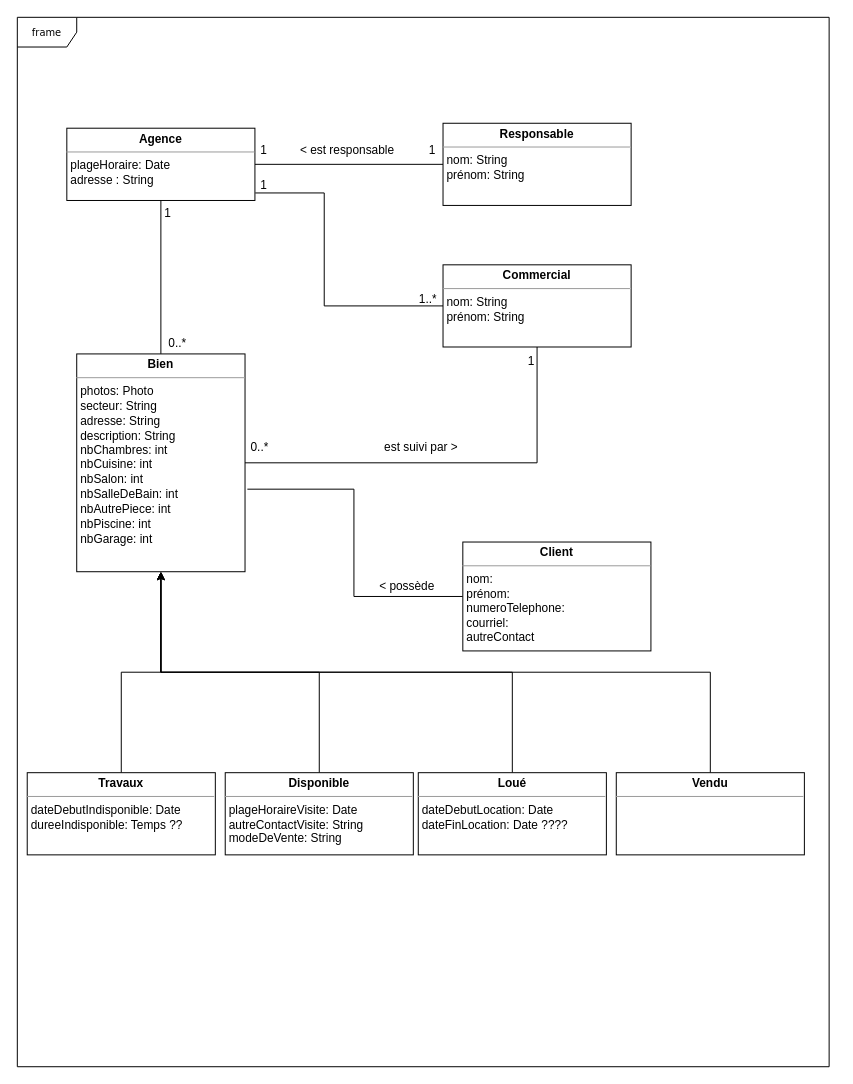
thibault0712/SAE-1.03 keeps this draw.io diagram as Diagramme sans nom.drawio. Above is the earlier version. Source tidied: cells renumbered, new cells numbered last; positions are measured from the earlier drawing's top-left corner, leaving out a move shared by most shapes. Both pictures are drawn from the tidied source at 99%, with x=0, y=0 at pixel (17, 17).
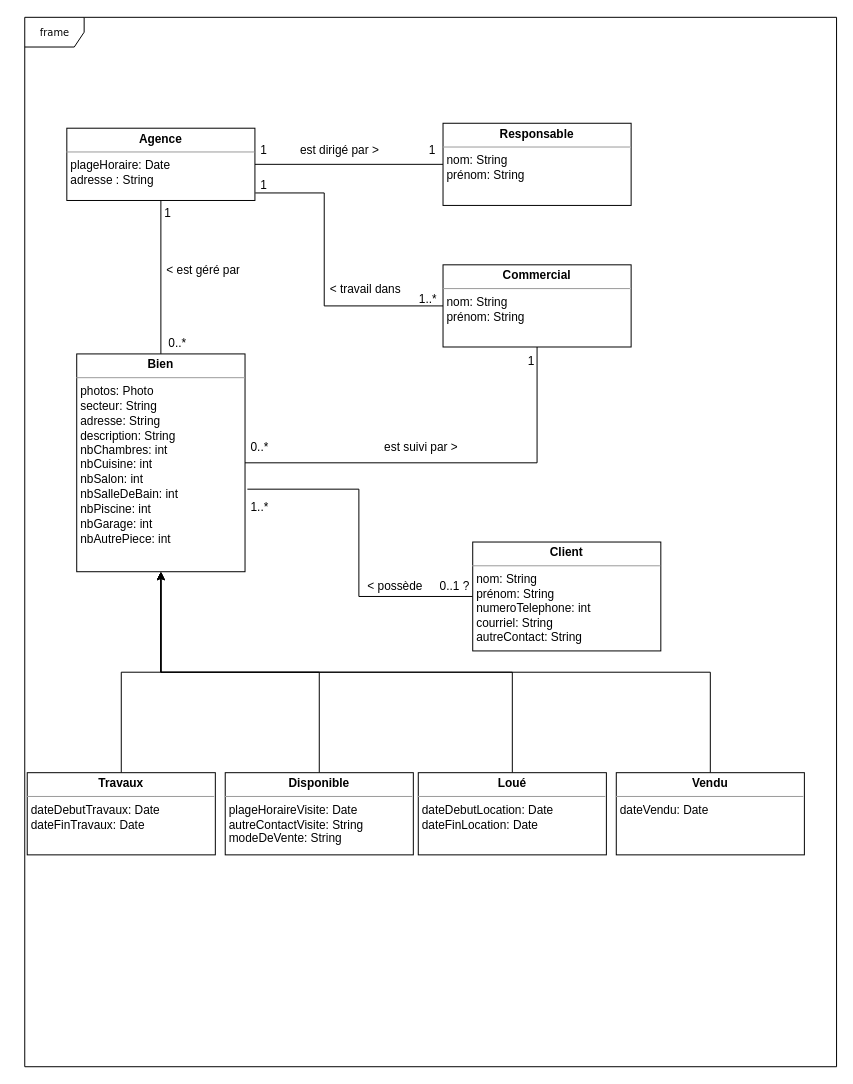
Above is the later version.

Commit message:
Mettre à jour Diagramme sans nom.drawio

The edit, as a diff of the source:
```diff
@@
     <mxCell id="2" value="frame" style="shape=umlFrame;whiteSpace=wrap;html=1;rounded=0;shadow=0;comic=0;labelBackgroundColor=none;strokeWidth=1;fontFamily=Verdana;fontSize=10;align=center;" parent="1" vertex="1">
-      <mxGeometry width="820" height="1060" as="geometry" />
+      <mxGeometry x="7.5" width="820" height="1060" as="geometry" />
     </mxCell>
@@
-    <mxCell id="8" value="&lt;p style=&quot;margin:0px;margin-top:4px;text-align:center;&quot;&gt;&lt;b&gt;Commercial&lt;/b&gt;&lt;/p&gt;&lt;hr size=&quot;1&quot;&gt;&lt;p style=&quot;margin:0px;margin-left:4px;&quot;&gt;nom: String&lt;br&gt;&lt;/p&gt;&lt;p style=&quot;margin:0px;margin-left:4px;&quot;&gt;prénom: String&lt;/p&gt;&lt;p style=&quot;margin:0px;margin-left:4px;&quot;&gt;&lt;br&gt;&lt;/p&gt;&lt;p style=&quot;margin:0px;margin-left:4px;&quot;&gt;&lt;br&gt;&lt;/p&gt;" style="verticalAlign=top;align=left;overflow=fill;fontSize=12;fontFamily=Helvetica;html=1;rounded=0;shadow=0;comic=0;labelBackgroundColor=none;strokeWidth=1;" parent="1" vertex="1">
+    <mxCell id="8" value="&lt;p style=&quot;margin:0px;margin-top:4px;text-align:center;&quot;&gt;&lt;b&gt;Commercial&lt;/b&gt;&lt;/p&gt;&lt;hr size=&quot;1&quot;&gt;&lt;p style=&quot;margin:0px;margin-left:4px;&quot;&gt;nom: String&lt;br&gt;&lt;/p&gt;&lt;p style=&quot;margin:0px;margin-left:4px;&quot;&gt;prénom: String&lt;/p&gt;&lt;p style=&quot;margin:0px;margin-left:4px;&quot;&gt;&lt;br&gt;&lt;/p&gt;&lt;p style=&quot;margin:0px;margin-left:4px;&quot;&gt;&lt;br&gt;&lt;/p&gt;" style="verticalAlign=top;align=left;overflow=fill;fontSize=12;fontFamily=Helvetica;html=1;rounded=0;shadow=0;comic=0;labelBackgroundColor=none;strokeWidth=1;direction=east;" parent="1" vertex="1">
       <mxGeometry x="430" y="250" width="190" height="83" as="geometry" />
     </mxCell>
@@
-    <mxCell id="10" value="&lt;p style=&quot;margin:0px;margin-top:4px;text-align:center;&quot;&gt;&lt;b&gt;Bien&lt;/b&gt;&lt;/p&gt;&lt;hr size=&quot;1&quot;&gt;&lt;p style=&quot;margin:0px;margin-left:4px;&quot;&gt;&lt;span style=&quot;background-color: initial;&quot;&gt;photos: Photo&lt;/span&gt;&lt;/p&gt;&lt;p style=&quot;margin:0px;margin-left:4px;&quot;&gt;&lt;span style=&quot;line-height: 116%;&quot;&gt;&lt;font style=&quot;font-size: 12px;&quot;&gt;secteur: String&lt;br&gt;adresse: String&lt;/font&gt;&lt;/span&gt;&lt;/p&gt;&lt;p style=&quot;margin:0px;margin-left:4px;&quot;&gt;&lt;span style=&quot;line-height: 116%;&quot;&gt;&lt;font style=&quot;font-size: 12px;&quot;&gt;description: String&lt;/font&gt;&lt;/span&gt;&lt;/p&gt;&lt;p style=&quot;margin:0px;margin-left:4px;&quot;&gt;&lt;span style=&quot;line-height: 116%;&quot;&gt;&lt;font style=&quot;font-size: 12px;&quot;&gt;nbChambres: int&lt;/font&gt;&lt;/span&gt;&lt;/p&gt;&lt;p style=&quot;margin:0px;margin-left:4px;&quot;&gt;&lt;span style=&quot;line-height: 116%;&quot;&gt;&lt;font style=&quot;font-size: 12px;&quot;&gt;nbCuisine: int&lt;/font&gt;&lt;/span&gt;&lt;/p&gt;&lt;p style=&quot;margin:0px;margin-left:4px;&quot;&gt;&lt;span style=&quot;line-height: 116%;&quot;&gt;&lt;font style=&quot;font-size: 12px;&quot;&gt;nbSalon: int&amp;nbsp;&lt;/font&gt;&lt;/span&gt;&lt;/p&gt;&lt;p style=&quot;margin:0px;margin-left:4px;&quot;&gt;&lt;font style=&quot;font-size: 12px;&quot;&gt;&lt;span style=&quot;line-height: 116%;&quot;&gt;nbSalleDeBain: int&amp;nbsp;&lt;/span&gt;&lt;/font&gt;&lt;/p&gt;&lt;p style=&quot;margin:0px;margin-left:4px;&quot;&gt;&lt;font style=&quot;font-size: 12px;&quot;&gt;&lt;span style=&quot;line-height: 116%;&quot;&gt;nbAutrePiece: int&lt;/span&gt;&lt;/font&gt;&lt;/p&gt;&lt;p style=&quot;margin:0px;margin-left:4px;&quot;&gt;&lt;font style=&quot;font-size: 12px;&quot;&gt;&lt;span style=&quot;line-height: 116%;&quot;&gt;nbPiscine: int&lt;/span&gt;&lt;/font&gt;&lt;/p&gt;&lt;p style=&quot;margin:0px;margin-left:4px;&quot;&gt;&lt;font style=&quot;font-size: 12px;&quot;&gt;&lt;span style=&quot;line-height: 116%;&quot;&gt;nbGarage: int&lt;/span&gt;&lt;/font&gt;&lt;/p&gt;" style="verticalAlign=top;align=left;overflow=fill;fontSize=12;fontFamily=Helvetica;html=1;rounded=0;shadow=0;comic=0;labelBackgroundColor=none;strokeWidth=1;" parent="1" vertex="1">
+    <mxCell id="10" value="&lt;p style=&quot;margin:0px;margin-top:4px;text-align:center;&quot;&gt;&lt;b&gt;Bien&lt;/b&gt;&lt;/p&gt;&lt;hr size=&quot;1&quot;&gt;&lt;p style=&quot;margin:0px;margin-left:4px;&quot;&gt;&lt;span style=&quot;background-color: initial;&quot;&gt;photos: Photo&lt;/span&gt;&lt;/p&gt;&lt;p style=&quot;margin:0px;margin-left:4px;&quot;&gt;&lt;span style=&quot;line-height: 116%;&quot;&gt;&lt;font style=&quot;font-size: 12px;&quot;&gt;secteur: String&lt;br&gt;adresse: String&lt;/font&gt;&lt;/span&gt;&lt;/p&gt;&lt;p style=&quot;margin:0px;margin-left:4px;&quot;&gt;&lt;span style=&quot;line-height: 116%;&quot;&gt;&lt;font style=&quot;font-size: 12px;&quot;&gt;description: String&lt;/font&gt;&lt;/span&gt;&lt;/p&gt;&lt;p style=&quot;margin:0px;margin-left:4px;&quot;&gt;&lt;span style=&quot;line-height: 116%;&quot;&gt;&lt;font style=&quot;font-size: 12px;&quot;&gt;nbChambres: int&lt;/font&gt;&lt;/span&gt;&lt;/p&gt;&lt;p style=&quot;margin:0px;margin-left:4px;&quot;&gt;&lt;span style=&quot;line-height: 116%;&quot;&gt;&lt;font style=&quot;font-size: 12px;&quot;&gt;nbCuisine: int&lt;/font&gt;&lt;/span&gt;&lt;/p&gt;&lt;p style=&quot;margin:0px;margin-left:4px;&quot;&gt;&lt;span style=&quot;line-height: 116%;&quot;&gt;&lt;font style=&quot;font-size: 12px;&quot;&gt;nbSalon: int&amp;nbsp;&lt;/font&gt;&lt;/span&gt;&lt;/p&gt;&lt;p style=&quot;margin:0px;margin-left:4px;&quot;&gt;&lt;font style=&quot;font-size: 12px;&quot;&gt;&lt;span style=&quot;line-height: 116%;&quot;&gt;nbSalleDeBain: int&amp;nbsp;&lt;/span&gt;&lt;/font&gt;&lt;/p&gt;&lt;p style=&quot;margin:0px;margin-left:4px;&quot;&gt;&lt;span style=&quot;background-color: initial;&quot;&gt;nbPiscine: int&lt;/span&gt;&lt;br&gt;&lt;/p&gt;&lt;p style=&quot;margin:0px;margin-left:4px;&quot;&gt;&lt;font style=&quot;font-size: 12px;&quot;&gt;&lt;span style=&quot;line-height: 116%;&quot;&gt;nbGarage: int&lt;/span&gt;&lt;/font&gt;&lt;/p&gt;&lt;p style=&quot;margin:0px;margin-left:4px;&quot;&gt;&lt;font style=&quot;font-size: 12px;&quot;&gt;&lt;span style=&quot;line-height: 116%;&quot;&gt;&lt;/span&gt;&lt;/font&gt;&lt;/p&gt;&lt;p style=&quot;margin: 0px 0px 0px 4px;&quot;&gt;&lt;span style=&quot;line-height: 13.92px;&quot;&gt;nbAutrePiece: int&lt;/span&gt;&lt;/p&gt;&lt;div&gt;&lt;span style=&quot;line-height: 13.92px;&quot;&gt;&lt;br&gt;&lt;/span&gt;&lt;/div&gt;" style="verticalAlign=top;align=left;overflow=fill;fontSize=12;fontFamily=Helvetica;html=1;rounded=0;shadow=0;comic=0;labelBackgroundColor=none;strokeWidth=1;" parent="1" vertex="1">
       <mxGeometry x="60" y="340" width="170" height="220" as="geometry" />
     </mxCell>
@@
-    <mxCell id="12" value="&lt;p style=&quot;margin:0px;margin-top:4px;text-align:center;&quot;&gt;&lt;b&gt;Client&lt;/b&gt;&lt;/p&gt;&lt;hr size=&quot;1&quot;&gt;&lt;p style=&quot;margin:0px;margin-left:4px;&quot;&gt;nom:&lt;/p&gt;&lt;p style=&quot;margin:0px;margin-left:4px;&quot;&gt;prénom:&lt;/p&gt;&lt;p style=&quot;margin:0px;margin-left:4px;&quot;&gt;numeroTelephone:&lt;/p&gt;&lt;p style=&quot;margin:0px;margin-left:4px;&quot;&gt;courriel:&lt;/p&gt;&lt;p style=&quot;margin:0px;margin-left:4px;&quot;&gt;autreContact&lt;/p&gt;&lt;p style=&quot;margin:0px;margin-left:4px;&quot;&gt;&lt;br&gt;&lt;/p&gt;&lt;p style=&quot;margin:0px;margin-left:4px;&quot;&gt;&lt;br&gt;&lt;/p&gt;" style="verticalAlign=top;align=left;overflow=fill;fontSize=12;fontFamily=Helvetica;html=1;rounded=0;shadow=0;comic=0;labelBackgroundColor=none;strokeWidth=1;" parent="1" vertex="1">
-      <mxGeometry x="450" y="530" width="190" height="110" as="geometry" />
+    <mxCell id="12" value="&lt;p style=&quot;margin:0px;margin-top:4px;text-align:center;&quot;&gt;&lt;b&gt;Client&lt;/b&gt;&lt;/p&gt;&lt;hr size=&quot;1&quot;&gt;&lt;p style=&quot;margin:0px;margin-left:4px;&quot;&gt;nom: String&lt;/p&gt;&lt;p style=&quot;margin:0px;margin-left:4px;&quot;&gt;prénom: String&lt;/p&gt;&lt;p style=&quot;margin:0px;margin-left:4px;&quot;&gt;numeroTelephone: int&lt;/p&gt;&lt;p style=&quot;margin:0px;margin-left:4px;&quot;&gt;courriel: String&lt;/p&gt;&lt;p style=&quot;margin:0px;margin-left:4px;&quot;&gt;autreContact: String&lt;/p&gt;&lt;p style=&quot;margin:0px;margin-left:4px;&quot;&gt;&lt;br&gt;&lt;/p&gt;&lt;p style=&quot;margin:0px;margin-left:4px;&quot;&gt;&lt;br&gt;&lt;/p&gt;" style="verticalAlign=top;align=left;overflow=fill;fontSize=12;fontFamily=Helvetica;html=1;rounded=0;shadow=0;comic=0;labelBackgroundColor=none;strokeWidth=1;" parent="1" vertex="1">
+      <mxGeometry x="460" y="530" width="190" height="110" as="geometry" />
     </mxCell>
@@
-    <mxCell id="16" value="&lt;p style=&quot;margin:0px;margin-top:4px;text-align:center;&quot;&gt;&lt;b&gt;Travaux&lt;/b&gt;&lt;br&gt;&lt;/p&gt;&lt;hr size=&quot;1&quot;&gt;&lt;p style=&quot;margin:0px;margin-left:4px;&quot;&gt;dateDebutIndisponible: Date&lt;/p&gt;&lt;p style=&quot;margin:0px;margin-left:4px;&quot;&gt;dureeIndisponible: Temps ??&lt;/p&gt;&lt;p style=&quot;margin:0px;margin-left:4px;&quot;&gt;&lt;br&gt;&lt;/p&gt;&lt;p style=&quot;margin:0px;margin-left:4px;&quot;&gt;&lt;br&gt;&lt;/p&gt;" style="verticalAlign=top;align=left;overflow=fill;fontSize=12;fontFamily=Helvetica;html=1;rounded=0;shadow=0;comic=0;labelBackgroundColor=none;strokeWidth=1;" parent="1" vertex="1">
+    <mxCell id="16" value="&lt;p style=&quot;margin:0px;margin-top:4px;text-align:center;&quot;&gt;&lt;b&gt;Travaux&lt;/b&gt;&lt;br&gt;&lt;/p&gt;&lt;hr size=&quot;1&quot;&gt;&lt;p style=&quot;margin:0px;margin-left:4px;&quot;&gt;dateDebutTravaux: Date&lt;/p&gt;&lt;p style=&quot;margin:0px;margin-left:4px;&quot;&gt;dateFinTravaux: Date&amp;nbsp;&lt;/p&gt;&lt;p style=&quot;margin:0px;margin-left:4px;&quot;&gt;&lt;br&gt;&lt;/p&gt;" style="verticalAlign=top;align=left;overflow=fill;fontSize=12;fontFamily=Helvetica;html=1;rounded=0;shadow=0;comic=0;labelBackgroundColor=none;strokeWidth=1;" parent="1" vertex="1">
       <mxGeometry x="10" y="763" width="190" height="83" as="geometry" />
     </mxCell>
@@
     <mxCell id="18" value="&amp;lt; possède" style="text;strokeColor=none;fillColor=none;align=left;verticalAlign=middle;spacingLeft=4;spacingRight=4;overflow=hidden;whiteSpace=wrap;html=1;" parent="1" vertex="1">
-      <mxGeometry x="360" y="560" width="80" height="30" as="geometry" />
+      <mxGeometry x="348" y="560" width="80" height="30" as="geometry" />
     </mxCell>
@@
-    <mxCell id="20" value="&lt;p style=&quot;margin:0px;margin-top:4px;text-align:center;&quot;&gt;&lt;b&gt;Vendu&lt;/b&gt;&lt;br&gt;&lt;/p&gt;&lt;hr size=&quot;1&quot;&gt;&lt;p style=&quot;margin:0px;margin-left:4px;&quot;&gt;&lt;br&gt;&lt;/p&gt;&lt;p style=&quot;margin:0px;margin-left:4px;&quot;&gt;&lt;br&gt;&lt;/p&gt;&lt;p style=&quot;margin:0px;margin-left:4px;&quot;&gt;&lt;br&gt;&lt;/p&gt;" style="verticalAlign=top;align=left;overflow=fill;fontSize=12;fontFamily=Helvetica;html=1;rounded=0;shadow=0;comic=0;labelBackgroundColor=none;strokeWidth=1;" parent="1" vertex="1">
+    <mxCell id="20" value="&lt;p style=&quot;margin:0px;margin-top:4px;text-align:center;&quot;&gt;&lt;b&gt;Vendu&lt;/b&gt;&lt;br&gt;&lt;/p&gt;&lt;hr size=&quot;1&quot;&gt;&lt;p style=&quot;margin: 0px 0px 0px 4px;&quot;&gt;dateVendu: Date&lt;/p&gt;&lt;div&gt;&lt;br&gt;&lt;/div&gt;&lt;p style=&quot;margin:0px;margin-left:4px;&quot;&gt;&lt;br&gt;&lt;/p&gt;&lt;p style=&quot;margin:0px;margin-left:4px;&quot;&gt;&lt;br&gt;&lt;/p&gt;" style="verticalAlign=top;align=left;overflow=fill;fontSize=12;fontFamily=Helvetica;html=1;rounded=0;shadow=0;comic=0;labelBackgroundColor=none;strokeWidth=1;" parent="1" vertex="1">
       <mxGeometry x="605" y="763" width="190" height="83" as="geometry" />
     </mxCell>
@@
-    <mxCell id="22" value="&lt;p style=&quot;margin:0px;margin-top:4px;text-align:center;&quot;&gt;&lt;b&gt;Loué&lt;/b&gt;&lt;/p&gt;&lt;hr size=&quot;1&quot;&gt;&lt;p style=&quot;margin:0px;margin-left:4px;&quot;&gt;dateDebutLocation: Date&lt;/p&gt;&lt;p style=&quot;margin:0px;margin-left:4px;&quot;&gt;dateFinLocation: Date ????&lt;/p&gt;&lt;p style=&quot;margin:0px;margin-left:4px;&quot;&gt;&lt;br&gt;&lt;/p&gt;&lt;p style=&quot;margin:0px;margin-left:4px;&quot;&gt;&lt;br&gt;&lt;/p&gt;" style="verticalAlign=top;align=left;overflow=fill;fontSize=12;fontFamily=Helvetica;html=1;rounded=0;shadow=0;comic=0;labelBackgroundColor=none;strokeWidth=1;" parent="1" vertex="1">
+    <mxCell id="22" value="&lt;p style=&quot;margin:0px;margin-top:4px;text-align:center;&quot;&gt;&lt;b&gt;Loué&lt;/b&gt;&lt;/p&gt;&lt;hr size=&quot;1&quot;&gt;&lt;p style=&quot;margin:0px;margin-left:4px;&quot;&gt;dateDebutLocation: Date&lt;/p&gt;&lt;p style=&quot;margin:0px;margin-left:4px;&quot;&gt;dateFinLocation: Date&lt;/p&gt;&lt;p style=&quot;margin:0px;margin-left:4px;&quot;&gt;&lt;br&gt;&lt;/p&gt;&lt;p style=&quot;margin:0px;margin-left:4px;&quot;&gt;&lt;br&gt;&lt;/p&gt;" style="verticalAlign=top;align=left;overflow=fill;fontSize=12;fontFamily=Helvetica;html=1;rounded=0;shadow=0;comic=0;labelBackgroundColor=none;strokeWidth=1;" parent="1" vertex="1">
       <mxGeometry x="405" y="763" width="190" height="83" as="geometry" />
     </mxCell>
@@
-    <mxCell id="25" value="&amp;lt; est responsable" style="text;strokeColor=none;fillColor=none;align=left;verticalAlign=middle;spacingLeft=4;spacingRight=4;overflow=hidden;whiteSpace=wrap;html=1;" parent="1" vertex="1">
+    <mxCell id="25" value="est dirigé par &amp;gt;" style="text;strokeColor=none;fillColor=none;align=left;verticalAlign=middle;spacingLeft=4;spacingRight=4;overflow=hidden;whiteSpace=wrap;html=1;" parent="1" vertex="1">
       <mxGeometry x="280" y="120" width="110" height="30" as="geometry" />
     </mxCell>
@@
+    <mxCell id="32" value="&amp;lt; travail dans" style="text;strokeColor=none;fillColor=none;align=left;verticalAlign=middle;spacingLeft=4;spacingRight=4;overflow=hidden;whiteSpace=wrap;html=1;" parent="1" vertex="1">
+      <mxGeometry x="310" y="260" width="110" height="30" as="geometry" />
+    </mxCell>
+    <mxCell id="33" value="0..1 ?" style="text;strokeColor=none;fillColor=none;align=left;verticalAlign=middle;spacingLeft=4;spacingRight=4;overflow=hidden;whiteSpace=wrap;html=1;" parent="1" vertex="1">
+      <mxGeometry x="421" y="560" width="49" height="30" as="geometry" />
+    </mxCell>
+    <mxCell id="34" value="1..*" style="text;strokeColor=none;fillColor=none;align=left;verticalAlign=middle;spacingLeft=4;spacingRight=4;overflow=hidden;whiteSpace=wrap;html=1;" parent="1" vertex="1">
+      <mxGeometry x="230" y="480" width="40" height="30" as="geometry" />
+    </mxCell>
+    <mxCell id="35" value="&amp;lt; est géré par" style="text;strokeColor=none;fillColor=none;align=left;verticalAlign=middle;spacingLeft=4;spacingRight=4;overflow=hidden;whiteSpace=wrap;html=1;direction=north;" parent="1" vertex="1">
+      <mxGeometry x="144.5" y="240" width="95.5" height="31.5" as="geometry" />
+    </mxCell>
```
